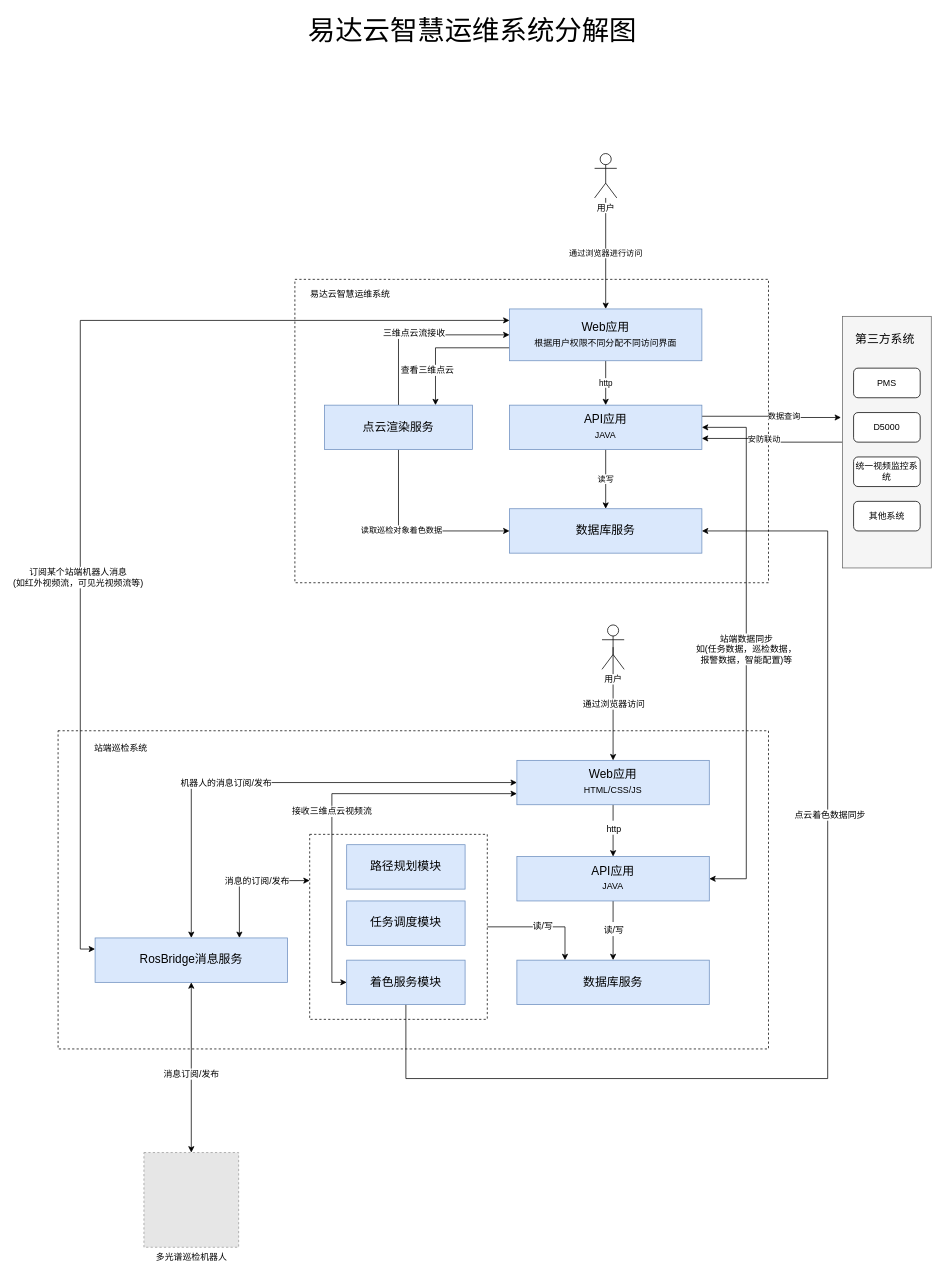
The draw.io diagram 易达云智慧运维系统分解图.drawio in wangyufei0807/draw, before the edit. Source tidied: cells renumbered, new cells numbered last; positions are measured from the earlier drawing's top-left corner, leaving out a move shared by most shapes. Both pictures are drawn from the tidied source at 74%, with x=0, y=0 at pixel (58, 13). Pictures stored in the file or linked from it are replaced by grey dashed boxes.
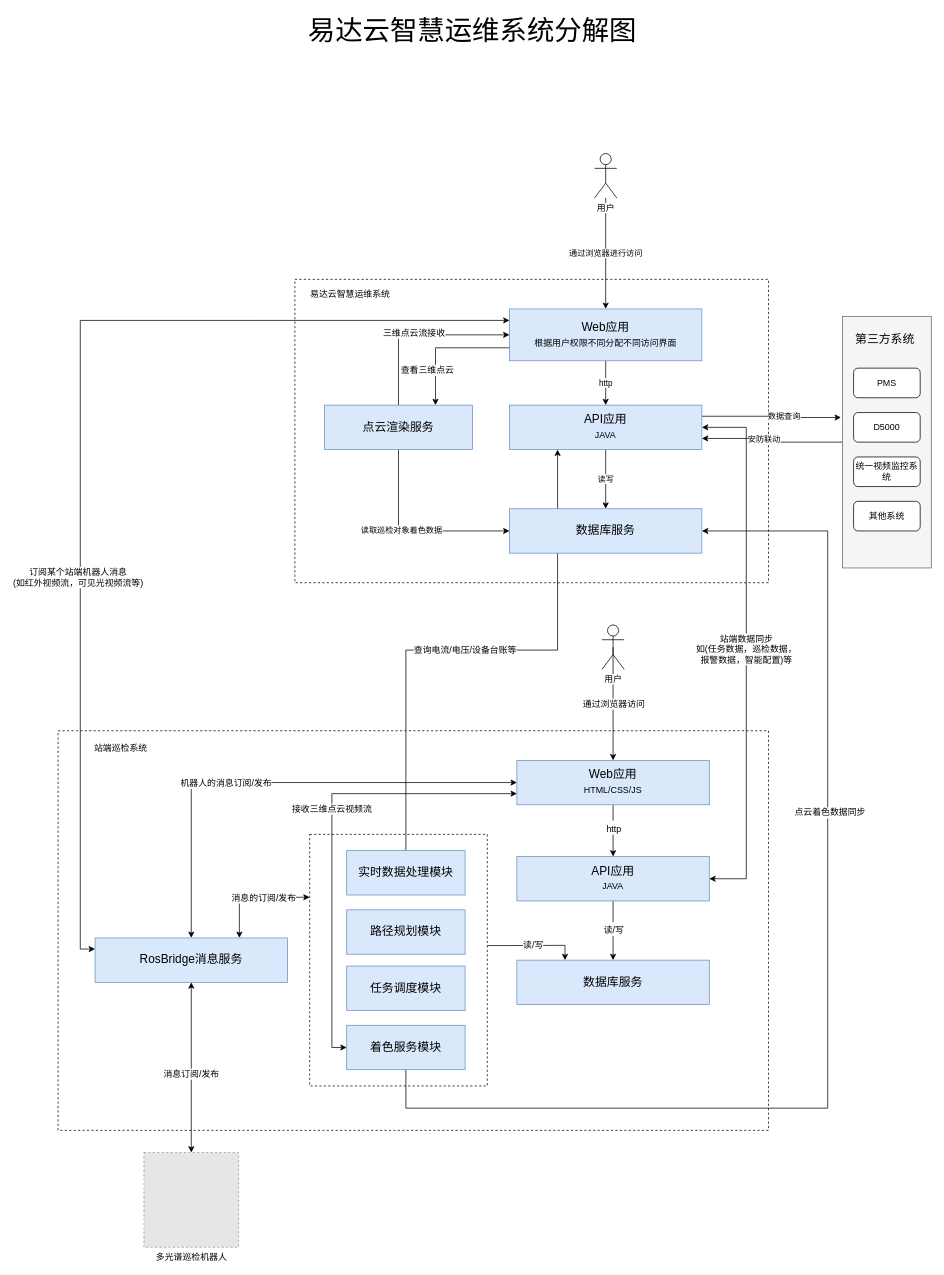
The same page after the edit.

Commit message (it also covers changes not shown here):
更新易达云智慧运维系统分解图.drawio

The change refers to these unchanged cells:
```xml
<mxCell id="19" value="&lt;p style=&quot;line-height: 160%&quot;&gt;&lt;font style=&quot;font-size: 16px&quot;&gt;API应用&lt;/font&gt;&lt;br&gt;JAVA&lt;/p&gt;" style="rounded=0;whiteSpace=wrap;html=1;shadow=0;fillColor=#dae8fc;strokeColor=#6c8ebf;" parent="1" vertex="1">
  <mxGeometry x="610" y="530" width="260" height="60" as="geometry" />
</mxCell>
<mxCell id="42" value="&lt;p style=&quot;line-height: 160%&quot;&gt;&lt;span style=&quot;font-size: 16px&quot;&gt;数据库服务&lt;/span&gt;&lt;/p&gt;" style="rounded=0;whiteSpace=wrap;html=1;shadow=0;fillColor=#dae8fc;strokeColor=#6c8ebf;" parent="1" vertex="1">
  <mxGeometry x="620" y="1280" width="260" height="60" as="geometry" />
</mxCell>
<mxCell id="53" style="edgeStyle=orthogonalEdgeStyle;rounded=0;jettySize=auto;html=1;exitX=0;exitY=0.5;exitDx=0;exitDy=0;entryX=0;entryY=0.75;entryDx=0;entryDy=0;startArrow=classic;startFill=1;fontSize=12;" parent="1" edge="1" source="57" target="37">
  <mxGeometry relative="1" as="geometry" />
</mxCell>
```

Change to the diagram source:
```diff
@@
     <mxCell id="2" style="rounded=0;whiteSpace=wrap;html=1;dashed=1;shadow=0;" parent="1" vertex="1">
-      <mxGeometry y="970" width="960" height="430" as="geometry" />
+      <mxGeometry y="970" width="960" height="540" as="geometry" />
     </mxCell>
@@
-    <mxCell id="5" value="读/写" style="edgeStyle=orthogonalEdgeStyle;rounded=0;jettySize=auto;html=1;exitX=1;exitY=0.5;exitDx=0;exitDy=0;entryX=0.25;entryY=0;entryDx=0;entryDy=0;startArrow=none;startFill=0;fontSize=12;" parent="1" edge="1" source="6" target="42">
+    <mxCell id="5" value="读/写" style="edgeStyle=orthogonalEdgeStyle;rounded=0;jettySize=auto;html=1;exitX=0.999;exitY=0.442;exitDx=0;exitDy=0;entryX=0.25;entryY=0;entryDx=0;entryDy=0;startArrow=none;startFill=0;fontSize=12;exitPerimeter=0;" parent="1" edge="1" source="6" target="42">
       <mxGeometry relative="1" as="geometry" />
     </mxCell>
     <mxCell id="6" style="rounded=0;whiteSpace=wrap;html=1;shadow=0;fontSize=12;dashed=1;" parent="1" vertex="1">
-      <mxGeometry x="340" y="1110" width="240" height="250" as="geometry" />
+      <mxGeometry x="340" y="1110" width="240" height="340" as="geometry" />
     </mxCell>
@@
-    <mxCell id="20" value="&lt;p style=&quot;line-height: 160%&quot;&gt;&lt;span style=&quot;font-size: 16px&quot;&gt;数据库服务&lt;/span&gt;&lt;/p&gt;" style="rounded=0;whiteSpace=wrap;html=1;shadow=0;fillColor=#dae8fc;strokeColor=#6c8ebf;" parent="1" vertex="1">
-      <mxGeometry x="610" y="670" width="260" height="60" as="geometry" />
-    </mxCell>
@@
     <mxCell id="51" value="&lt;p style=&quot;line-height: 160%&quot;&gt;&lt;span style=&quot;font-size: 16px&quot;&gt;任务调度模块&lt;/span&gt;&lt;/p&gt;" style="rounded=0;whiteSpace=wrap;html=1;shadow=0;fillColor=#dae8fc;strokeColor=#6c8ebf;" parent="1" vertex="1">
-      <mxGeometry x="390" y="1200" width="160" height="60" as="geometry" />
+      <mxGeometry x="390" y="1288" width="160" height="60" as="geometry" />
     </mxCell>
     <mxCell id="52" value="&lt;p style=&quot;line-height: 160%&quot;&gt;&lt;span style=&quot;font-size: 16px&quot;&gt;路径规划模块&lt;/span&gt;&lt;/p&gt;" style="rounded=0;whiteSpace=wrap;html=1;shadow=0;fillColor=#dae8fc;strokeColor=#6c8ebf;" parent="1" vertex="1">
-      <mxGeometry x="390" y="1124" width="160" height="60" as="geometry" />
+      <mxGeometry x="390" y="1212" width="160" height="60" as="geometry" />
     </mxCell>
@@
     <mxCell id="54" value="接收三维点云视频流" style="edgeLabel;html=1;align=center;verticalAlign=middle;fontSize=12;" parent="53" vertex="1">
       <mxGeometry x="-0.11" y="1" relative="1" as="geometry">
-        <mxPoint y="-17.1" as="offset" />
+        <mxPoint y="-69.3" as="offset" />
       </mxGeometry>
     </mxCell>
     <mxCell id="55" style="edgeStyle=orthogonalEdgeStyle;rounded=0;jettySize=auto;html=1;exitX=0.5;exitY=1;exitDx=0;exitDy=0;startArrow=none;startFill=0;endArrow=classic;endFill=1;fontSize=12;entryX=1;entryY=0.5;entryDx=0;entryDy=0;" parent="1" edge="1" source="57" target="20">
       <mxGeometry relative="1" as="geometry">
         <Array as="points">
-          <mxPoint x="470" y="1440" />
-          <mxPoint x="1040" y="1440" />
+          <mxPoint x="470" y="1480" />
+          <mxPoint x="1040" y="1480" />
           <mxPoint x="1040" y="700" />
         </Array>
       </mxGeometry>
     </mxCell>
@@
     <mxCell id="57" value="&lt;p style=&quot;line-height: 160%&quot;&gt;&lt;span style=&quot;font-size: 16px&quot;&gt;着色服务模块&lt;/span&gt;&lt;/p&gt;" style="rounded=0;whiteSpace=wrap;html=1;shadow=0;fillColor=#dae8fc;strokeColor=#6c8ebf;" parent="1" vertex="1">
-      <mxGeometry x="390" y="1280" width="160" height="60" as="geometry" />
+      <mxGeometry x="390" y="1368" width="160" height="60" as="geometry" />
     </mxCell>
@@
+    <mxCell id="60" style="edgeStyle=orthogonalEdgeStyle;rounded=0;jettySize=auto;html=1;exitX=0.5;exitY=0;exitDx=0;exitDy=0;entryX=0.25;entryY=1;entryDx=0;entryDy=0;startArrow=none;startFill=0;endArrow=classic;endFill=1;fontSize=37;" parent="1" edge="1" source="62" target="19">
+      <mxGeometry relative="1" as="geometry" />
+    </mxCell>
+    <mxCell id="61" value="查询电流/电压/设备台账等" style="edgeLabel;html=1;align=center;verticalAlign=middle;fontSize=12;" parent="60" vertex="1">
+      <mxGeometry x="-0.03" y="-2" relative="1" as="geometry">
+        <mxPoint x="-12" y="-3" as="offset" />
+      </mxGeometry>
+    </mxCell>
+    <mxCell id="62" value="&lt;p style=&quot;line-height: 160%&quot;&gt;&lt;span style=&quot;font-size: 16px&quot;&gt;实时数据处理模块&lt;/span&gt;&lt;/p&gt;" style="rounded=0;whiteSpace=wrap;html=1;shadow=0;fillColor=#dae8fc;strokeColor=#6c8ebf;" parent="1" vertex="1">
+      <mxGeometry x="390" y="1132" width="160" height="60" as="geometry" />
+    </mxCell>
+    <mxCell id="20" value="&lt;p style=&quot;line-height: 160%&quot;&gt;&lt;span style=&quot;font-size: 16px&quot;&gt;数据库服务&lt;/span&gt;&lt;/p&gt;" style="rounded=0;whiteSpace=wrap;html=1;shadow=0;fillColor=#dae8fc;strokeColor=#6c8ebf;" parent="1" vertex="1">
+      <mxGeometry x="610" y="670" width="260" height="60" as="geometry" />
+    </mxCell>
```
